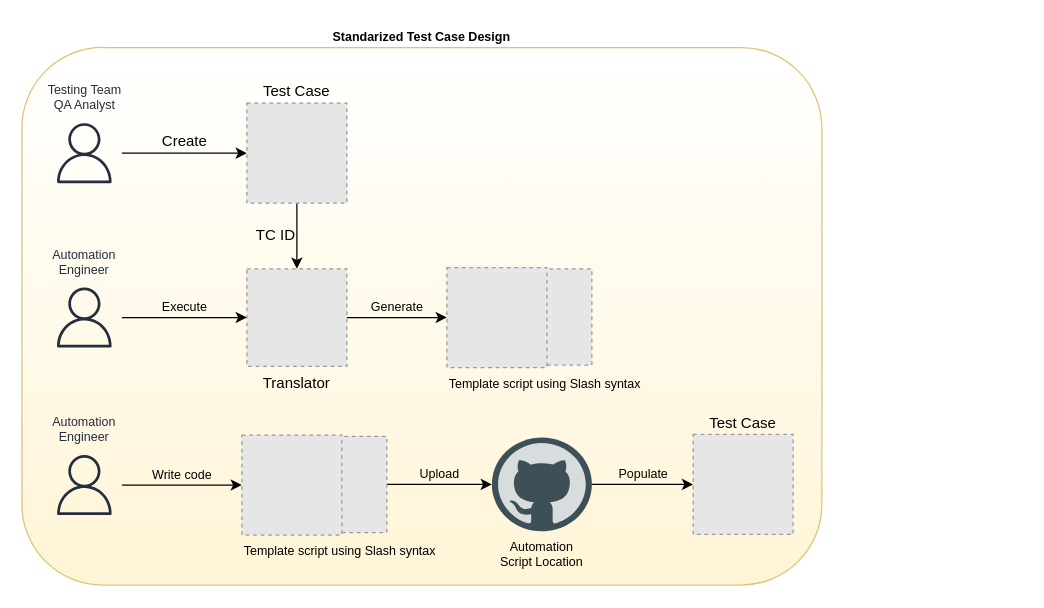
This is diagrams/Std_tcs_design.drawio from poc-taf/POC, a draw.io file, before an edit. Source tidied: cells renumbered, new cells numbered last; positions are measured from the earlier drawing's top-left corner, leaving out a move shared by most shapes. Both pictures are drawn from the tidied source at 125%, with x=0, y=0 at pixel (21, 46). Pictures stored in the file or linked from it are replaced by grey dashed boxes.
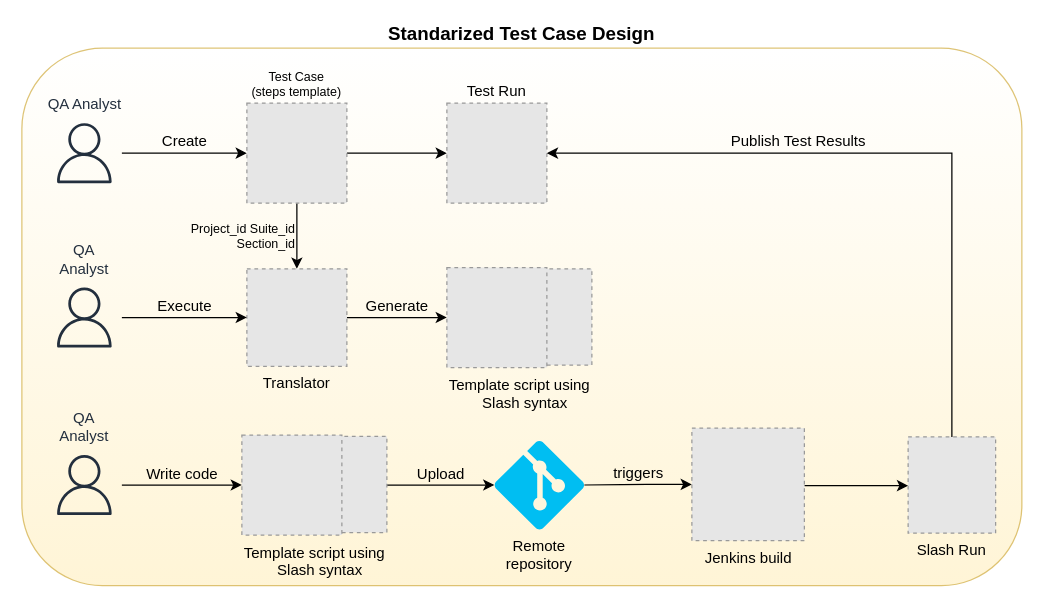
Above is the later version.

The change refers to these unchanged cells:
```xml
<mxCell id="9" value="Translator" style="fillColor=#E6E6E6;strokeColor=#999999;dashed=1;verticalLabelPosition=bottom;labelBackgroundColor=none;verticalAlign=top;" parent="1" vertex="1">
  <mxGeometry x="180" y="177.5" width="80" height="78" as="geometry" />
</mxCell>
<mxCell id="16" style="fillColor=#E6E6E6;strokeColor=#999999;dashed=1;verticalLabelPosition=bottom;labelBackgroundColor=#ffffff;verticalAlign=top;" parent="1" vertex="1">
  <mxGeometry x="222" y="311.5" width="70" height="77" as="geometry" />
</mxCell>
```

What changed in the source:
```diff
@@
-    <mxCell id="2" value="Standarized Test Case Design" style="rounded=1;whiteSpace=wrap;html=1;shadow=0;glass=0;comic=0;labelBackgroundColor=none;fillColor=#fff2cc;fontSize=10;opacity=80;align=center;fontStyle=1;labelPosition=center;verticalLabelPosition=top;verticalAlign=bottom;strokeColor=#d6b656;gradientColor=#ffffff;gradientDirection=north;" parent="1" vertex="1">
-      <mxGeometry y="0.5" width="640" height="430" as="geometry" />
+    <mxCell id="2" value="Standarized Test Case Design" style="rounded=1;whiteSpace=wrap;html=1;shadow=0;glass=0;comic=0;labelBackgroundColor=none;fillColor=#fff2cc;fontSize=15;opacity=80;align=center;fontStyle=1;labelPosition=center;verticalLabelPosition=top;verticalAlign=bottom;strokeColor=#d6b656;gradientColor=#ffffff;gradientDirection=north;" parent="1" vertex="1">
+      <mxGeometry y="1" width="800" height="430" as="geometry" />
     </mxCell>
@@
-    <mxCell id="5" value="Testing Team&lt;br style=&quot;font-size: 10px;&quot;&gt;QA Analyst" style="outlineConnect=0;fontColor=#232F3E;gradientColor=none;strokeColor=#232F3E;fillColor=none;dashed=0;verticalLabelPosition=top;verticalAlign=bottom;align=center;html=1;fontSize=10;fontStyle=0;shape=mxgraph.aws4.resourceIcon;resIcon=mxgraph.aws4.user;labelPosition=center;" parent="1" vertex="1">
+    <mxCell id="5" value="QA Analyst" style="outlineConnect=0;fontColor=#232F3E;gradientColor=none;strokeColor=#232F3E;fillColor=none;dashed=0;verticalLabelPosition=top;verticalAlign=bottom;align=center;html=1;fontSize=12;fontStyle=0;shape=mxgraph.aws4.resourceIcon;resIcon=mxgraph.aws4.user;labelPosition=center;" parent="1" vertex="1">
       <mxGeometry x="20" y="55" width="60" height="60" as="geometry" />
     </mxCell>
-    <mxCell id="6" value="TC ID" style="edgeStyle=orthogonalEdgeStyle;rounded=0;jettySize=auto;html=1;labelBackgroundColor=none;fontSize=12;align=right;" parent="1" edge="1" source="7" target="9">
+    <mxCell id="6" value="Project_id Suite_id&lt;br style=&quot;font-size: 10px;&quot;&gt;Section_id" style="edgeStyle=orthogonalEdgeStyle;rounded=0;jettySize=auto;html=1;labelBackgroundColor=none;fontSize=10;align=right;" parent="1" edge="1" source="7" target="9">
       <mxGeometry relative="1" as="geometry" />
     </mxCell>
+    <mxCell id="21" style="edgeStyle=orthogonalEdgeStyle;rounded=0;jettySize=auto;html=1;fontSize=10;" parent="1" edge="1" source="7" target="22">
+      <mxGeometry relative="1" as="geometry" />
+    </mxCell>
-    <mxCell id="7" value="Test Case" style="fillColor=#E6E6E6;strokeColor=#999999;dashed=1;verticalLabelPosition=top;labelBackgroundColor=none;verticalAlign=bottom;labelPosition=center;align=center;" parent="1" vertex="1">
+    <mxCell id="7" value="Test Case&#10;(steps template)" style="fillColor=#E6E6E6;strokeColor=#999999;dashed=1;verticalLabelPosition=top;labelBackgroundColor=none;verticalAlign=bottom;labelPosition=center;align=center;whiteSpace=wrap;fontSize=10;" parent="1" vertex="1">
       <mxGeometry x="180" y="45" width="80" height="80" as="geometry" />
     </mxCell>
+    <mxCell id="22" value="Test Run" style="fillColor=#E6E6E6;strokeColor=#999999;dashed=1;verticalLabelPosition=top;labelBackgroundColor=none;verticalAlign=bottom;labelPosition=center;align=center;whiteSpace=wrap;fontSize=12;" parent="1" vertex="1">
+      <mxGeometry x="340" y="45" width="80" height="80" as="geometry" />
+    </mxCell>
-    <mxCell id="8" value="Generate" style="edgeStyle=orthogonalEdgeStyle;rounded=0;jettySize=auto;html=1;labelBackgroundColor=none;fontSize=10;align=center;labelPosition=center;verticalLabelPosition=top;verticalAlign=bottom;" parent="1" edge="1" source="9" target="14">
+    <mxCell id="8" value="Generate" style="edgeStyle=orthogonalEdgeStyle;rounded=0;jettySize=auto;html=1;labelBackgroundColor=none;fontSize=12;align=center;labelPosition=center;verticalLabelPosition=top;verticalAlign=bottom;" parent="1" edge="1" source="9" target="14">
       <mxGeometry relative="1" as="geometry" />
     </mxCell>
@@
-    <mxCell id="10" value="Execute" style="edgeStyle=orthogonalEdgeStyle;rounded=0;jettySize=auto;html=1;labelBackgroundColor=none;fontSize=10;align=center;entryX=0;entryY=0.5;entryDx=0;entryDy=0;labelPosition=center;verticalLabelPosition=top;verticalAlign=bottom;" parent="1" edge="1" source="11" target="9">
+    <mxCell id="10" value="Execute" style="edgeStyle=orthogonalEdgeStyle;rounded=0;jettySize=auto;html=1;labelBackgroundColor=none;fontSize=12;align=center;entryX=0;entryY=0.5;entryDx=0;entryDy=0;labelPosition=center;verticalLabelPosition=top;verticalAlign=bottom;" parent="1" edge="1" source="11" target="9">
       <mxGeometry relative="1" as="geometry" />
     </mxCell>
-    <mxCell id="11" value="Automation Engineer" style="outlineConnect=0;fontColor=#232F3E;gradientColor=none;strokeColor=#232F3E;fillColor=none;dashed=0;verticalLabelPosition=top;verticalAlign=bottom;align=center;html=1;fontSize=10;fontStyle=0;shape=mxgraph.aws4.resourceIcon;resIcon=mxgraph.aws4.user;labelPosition=center;whiteSpace=wrap;" parent="1" vertex="1">
+    <mxCell id="11" value="QA Analyst" style="outlineConnect=0;fontColor=#232F3E;gradientColor=none;strokeColor=#232F3E;fillColor=none;dashed=0;verticalLabelPosition=top;verticalAlign=bottom;align=center;html=1;fontSize=12;fontStyle=0;shape=mxgraph.aws4.resourceIcon;resIcon=mxgraph.aws4.user;labelPosition=center;whiteSpace=wrap;" parent="1" vertex="1">
       <mxGeometry x="20" y="186.5" width="60" height="60" as="geometry" />
     </mxCell>
-    <mxCell id="12" value="Write code" style="edgeStyle=orthogonalEdgeStyle;rounded=0;jettySize=auto;html=1;labelBackgroundColor=none;fontSize=10;align=center;labelPosition=center;verticalLabelPosition=top;verticalAlign=bottom;entryX=0;entryY=0.5;entryDx=0;entryDy=0;" parent="1" edge="1" source="13" target="17">
+    <mxCell id="12" value="Write code" style="edgeStyle=orthogonalEdgeStyle;rounded=0;jettySize=auto;html=1;labelBackgroundColor=none;fontSize=12;align=center;labelPosition=center;verticalLabelPosition=top;verticalAlign=bottom;entryX=0;entryY=0.5;entryDx=0;entryDy=0;" parent="1" edge="1" source="13" target="17">
       <mxGeometry relative="1" as="geometry" />
     </mxCell>
-    <mxCell id="13" value="Automation Engineer" style="outlineConnect=0;fontColor=#232F3E;gradientColor=none;strokeColor=#232F3E;fillColor=none;dashed=0;verticalLabelPosition=top;verticalAlign=bottom;align=center;html=1;fontSize=10;fontStyle=0;shape=mxgraph.aws4.resourceIcon;resIcon=mxgraph.aws4.user;labelPosition=center;whiteSpace=wrap;" parent="1" vertex="1">
+    <mxCell id="13" value="QA Analyst" style="outlineConnect=0;fontColor=#232F3E;gradientColor=none;strokeColor=#232F3E;fillColor=none;dashed=0;verticalLabelPosition=top;verticalAlign=bottom;align=center;html=1;fontSize=12;fontStyle=0;shape=mxgraph.aws4.resourceIcon;resIcon=mxgraph.aws4.user;labelPosition=center;whiteSpace=wrap;" parent="1" vertex="1">
       <mxGeometry x="20" y="320.5" width="60" height="60" as="geometry" />
     </mxCell>
-    <mxCell id="14" value="Template script using Slash syntax" style="fillColor=#E6E6E6;strokeColor=#999999;dashed=1;html=1;verticalAlign=top;verticalLabelPosition=bottom;labelBackgroundColor=none;fontSize=10;align=left;" parent="1" vertex="1">
+    <mxCell id="14" value="&lt;span style=&quot;font-size: 12px;&quot;&gt;Template script using&lt;/span&gt;&lt;br style=&quot;font-size: 12px;&quot;&gt;&lt;span style=&quot;font-size: 12px;&quot;&gt;&amp;nbsp; &amp;nbsp; &amp;nbsp; &amp;nbsp; Slash syntax&lt;/span&gt;" style="fillColor=#E6E6E6;strokeColor=#999999;dashed=1;html=1;verticalAlign=top;verticalLabelPosition=bottom;labelBackgroundColor=none;fontSize=12;align=left;" parent="1" vertex="1">
       <mxGeometry x="340" y="176.5" width="80" height="80" as="geometry" />
     </mxCell>
-    <mxCell id="15" value="Upload" style="edgeStyle=orthogonalEdgeStyle;rounded=0;jettySize=auto;html=1;labelBackgroundColor=none;fontSize=10;align=center;labelPosition=center;verticalLabelPosition=top;verticalAlign=bottom;" parent="1" edge="1" source="16" target="19">
-      <mxGeometry relative="1" as="geometry" />
+    <mxCell id="15" value="Upload" style="edgeStyle=orthogonalEdgeStyle;rounded=0;jettySize=auto;html=1;labelBackgroundColor=none;fontSize=12;align=center;labelPosition=center;verticalLabelPosition=top;verticalAlign=bottom;entryX=0;entryY=0.5;entryDx=0;entryDy=0;entryPerimeter=0;" parent="1" edge="1" source="16" target="23">
+      <mxGeometry relative="1" as="geometry">
+        <Array as="points">
+          <mxPoint x="335" y="350" />
+        </Array>
+      </mxGeometry>
     </mxCell>
@@
-    <mxCell id="17" value="Template script using Slash syntax" style="fillColor=#E6E6E6;strokeColor=#999999;dashed=1;html=1;verticalAlign=top;verticalLabelPosition=bottom;labelBackgroundColor=none;fontSize=10;align=left;" parent="1" vertex="1">
+    <mxCell id="17" value="Template script using&lt;br&gt;&amp;nbsp; &amp;nbsp; &amp;nbsp; &amp;nbsp; Slash syntax" style="fillColor=#E6E6E6;strokeColor=#999999;dashed=1;html=1;verticalAlign=top;verticalLabelPosition=bottom;labelBackgroundColor=none;fontSize=12;align=left;" parent="1" vertex="1">
       <mxGeometry x="176" y="310.5" width="80" height="80" as="geometry" />
     </mxCell>
-    <mxCell id="18" value="Populate" style="edgeStyle=orthogonalEdgeStyle;rounded=0;jettySize=auto;html=1;labelBackgroundColor=none;fontSize=10;align=center;entryX=0;entryY=0.5;entryDx=0;entryDy=0;labelPosition=center;verticalLabelPosition=top;verticalAlign=bottom;" parent="1" edge="1" source="19" target="20">
-      <mxGeometry relative="1" as="geometry" />
-    </mxCell>
-    <mxCell id="19" value="Automation Script Location" style="dashed=0;outlineConnect=0;html=1;align=center;labelPosition=center;verticalLabelPosition=bottom;verticalAlign=top;shape=mxgraph.weblogos.github;rounded=0;shadow=0;glass=0;comic=0;labelBackgroundColor=none;fillColor=none;gradientColor=#ffffff;fontSize=10;opacity=80;whiteSpace=wrap;" parent="1" vertex="1">
-      <mxGeometry x="376" y="312.5" width="80" height="75" as="geometry" />
-    </mxCell>
-    <mxCell id="20" value="Test Case" style="fillColor=#E6E6E6;strokeColor=#999999;dashed=1;verticalLabelPosition=top;labelBackgroundColor=none;verticalAlign=bottom;labelPosition=center;align=center;" parent="1" vertex="1">
-      <mxGeometry x="537" y="310" width="80" height="80" as="geometry" />
-    </mxCell>
+    <mxCell id="23" value="Remote repository" style="verticalLabelPosition=bottom;html=1;verticalAlign=top;align=center;strokeColor=none;fillColor=#00BEF2;shape=mxgraph.azure.git_repository;fontSize=12;whiteSpace=wrap;" parent="1" vertex="1">
+      <mxGeometry x="378" y="315" width="72" height="71" as="geometry" />
+    </mxCell>
+    <mxCell id="24" value="triggers" style="endArrow=classic;html=1;fontSize=12;exitX=1;exitY=0.5;exitDx=0;exitDy=0;exitPerimeter=0;entryX=0;entryY=0.5;entryDx=0;entryDy=0;labelBackgroundColor=none;labelPosition=center;verticalLabelPosition=top;align=center;verticalAlign=bottom;" parent="1" edge="1" source="23" target="26">
+      <mxGeometry relative="1" as="geometry">
+        <Array as="points">
+          <mxPoint x="490" y="350" />
+        </Array>
+      </mxGeometry>
+    </mxCell>
+    <mxCell id="25" style="edgeStyle=orthogonalEdgeStyle;rounded=0;jettySize=auto;html=1;labelBackgroundColor=none;fontSize=10;" parent="1" edge="1" source="26" target="27">
+      <mxGeometry relative="1" as="geometry">
+        <Array as="points">
+          <mxPoint x="650" y="351" />
+          <mxPoint x="650" y="351" />
+        </Array>
+      </mxGeometry>
+    </mxCell>
+    <mxCell id="26" value="Jenkins build" style="fillColor=#E6E6E6;strokeColor=#999999;dashed=1;html=1;verticalAlign=top;verticalLabelPosition=bottom;labelBackgroundColor=none;fontSize=12;align=center;" parent="1" vertex="1">
+      <mxGeometry x="536" y="305" width="90" height="90" as="geometry" />
+    </mxCell>
+    <mxCell id="27" value="Slash Run" style="fillColor=#E6E6E6;strokeColor=#999999;dashed=1;verticalLabelPosition=bottom;labelBackgroundColor=none;verticalAlign=top;" parent="1" vertex="1">
+      <mxGeometry x="709" y="312" width="70" height="77" as="geometry" />
+    </mxCell>
+    <mxCell id="28" value="Publish Test Results" style="endArrow=classic;html=1;labelBackgroundColor=none;fontSize=12;exitX=0.5;exitY=0;exitDx=0;exitDy=0;entryX=1;entryY=0.5;entryDx=0;entryDy=0;rounded=0;labelPosition=center;verticalLabelPosition=top;align=center;verticalAlign=bottom;" parent="1" edge="1" source="27" target="22">
+      <mxGeometry x="0.27" relative="1" as="geometry">
+        <Array as="points">
+          <mxPoint x="744" y="85" />
+        </Array>
+      </mxGeometry>
+    </mxCell>
```
